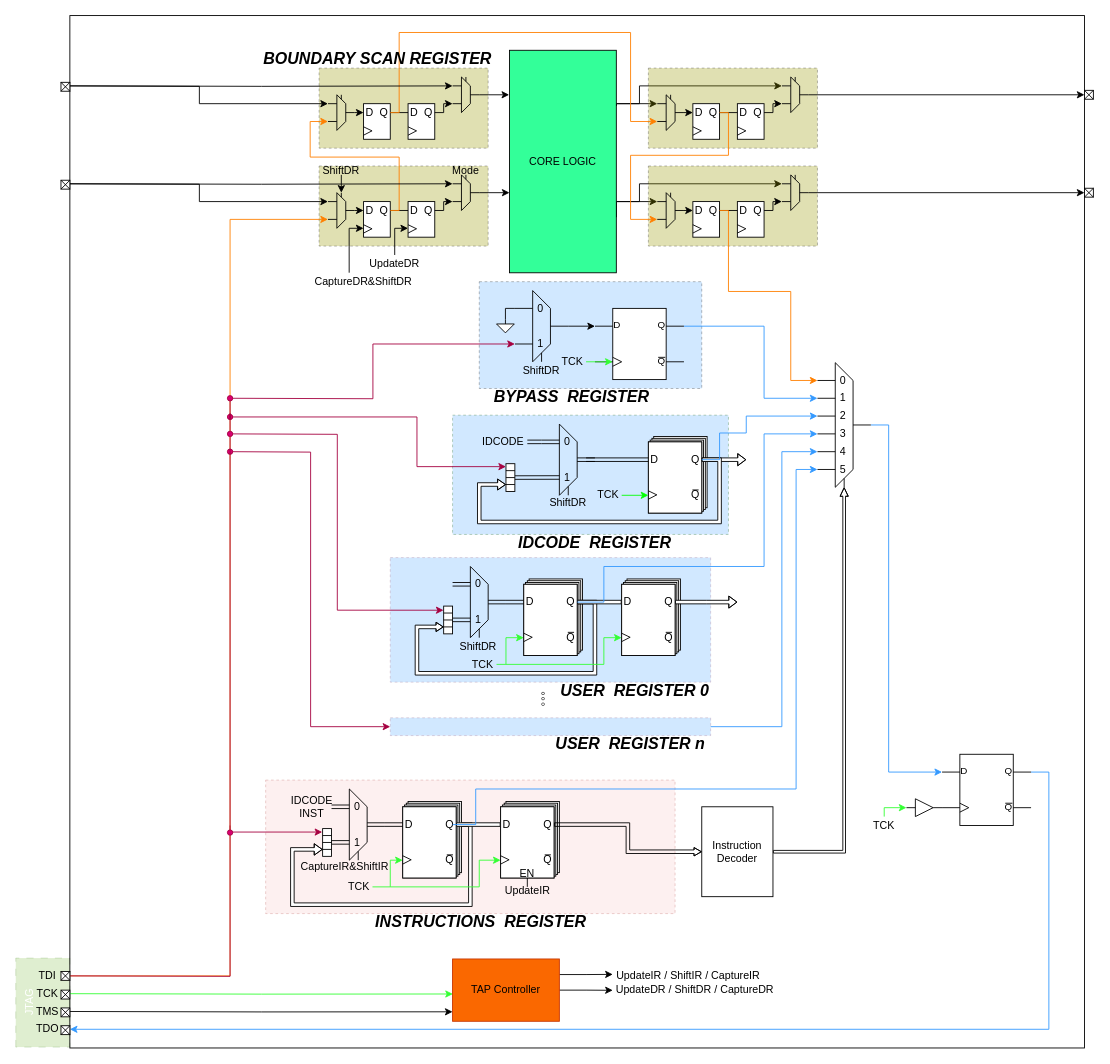
The draw.io diagram _posts/JTAG协议与硬件实现/JTAG.drawio in Verdvana/Verdvana.github.io, before the edit. Source tidied: cells renumbered, new cells numbered last; positions are measured from the earlier drawing's top-left corner, leaving out a move shared by most shapes. Both pictures are drawn from the tidied source at 89%, with x=0, y=0 at pixel (-2, 15).
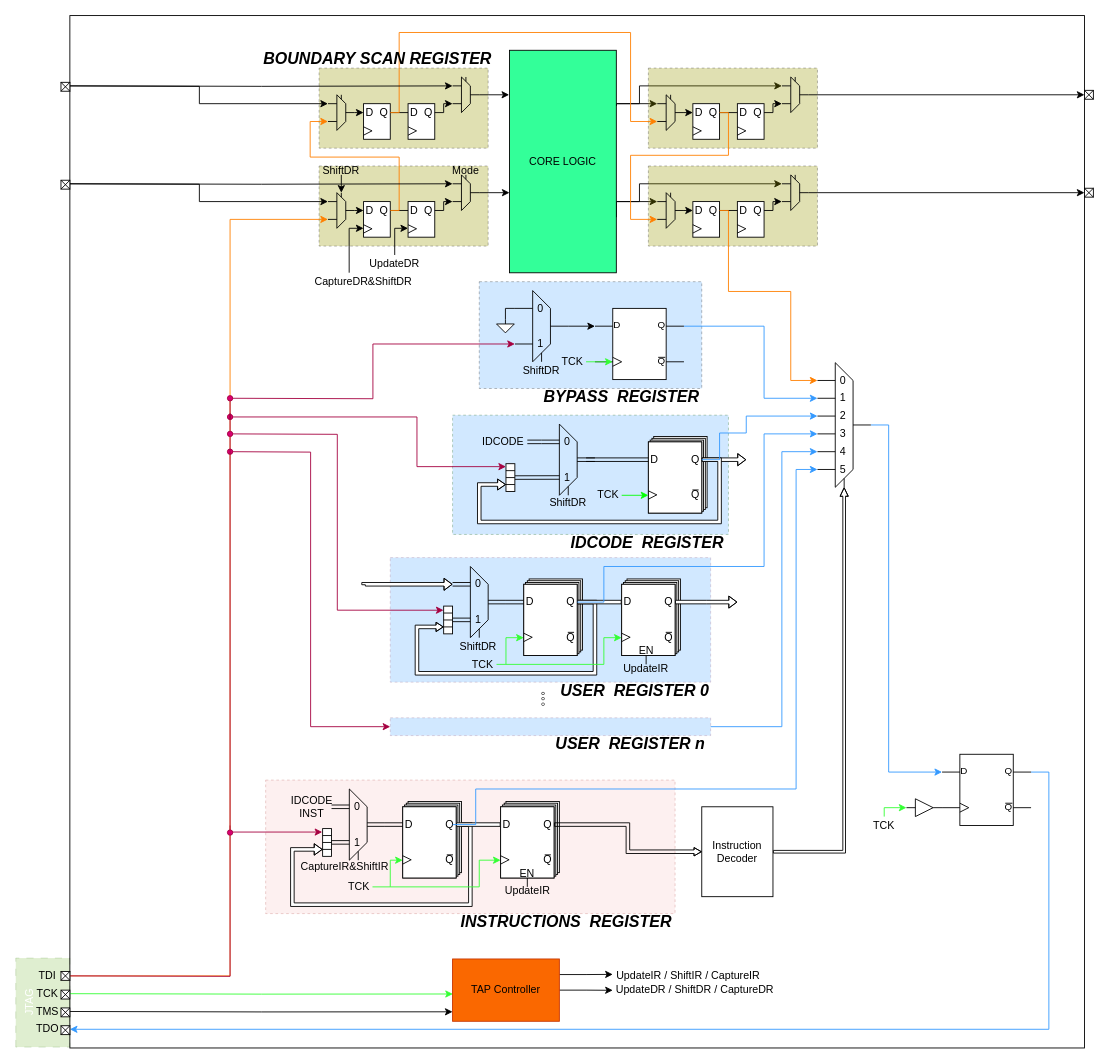
Above is the later version.

The change refers to these unchanged cells:
```xml
<mxCell id="113" style="group;" parent="1" vertex="1">
  <mxGeometry x="510" y="619" width="60" height="80" as="geometry" />
</mxCell>
```

The edit, as a diff of the source:
```diff
@@
     <mxCell id="339" value="&lt;i&gt;&lt;font style=&quot;font-size: 18px;&quot;&gt;&lt;b&gt;INSTRUCTIONS&amp;nbsp; REGISTER&lt;/b&gt;&lt;/font&gt;&lt;/i&gt;" style="text;strokeColor=none;align=center;fillColor=none;html=1;verticalAlign=middle;whiteSpace=wrap;rounded=0;" parent="1" vertex="1">
-      <mxGeometry x="420" y="1009" width="244" height="20" as="geometry" />
+      <mxGeometry x="516" y="1009" width="244" height="20" as="geometry" />
     </mxCell>
@@
     <mxCell id="342" value="&lt;i&gt;&lt;font style=&quot;font-size: 18px;&quot;&gt;&lt;b&gt;IDCODE&amp;nbsp; REGISTER&lt;/b&gt;&lt;/font&gt;&lt;/i&gt;" style="text;strokeColor=none;align=center;fillColor=none;html=1;verticalAlign=middle;whiteSpace=wrap;rounded=0;" parent="1" vertex="1">
-      <mxGeometry x="580" y="583" width="180" height="20" as="geometry" />
+      <mxGeometry x="639.4" y="583" width="180" height="20" as="geometry" />
     </mxCell>
     <mxCell id="343" value="&lt;i&gt;&lt;font style=&quot;font-size: 18px;&quot;&gt;&lt;b&gt;BYPASS&amp;nbsp; REGISTER&lt;/b&gt;&lt;/font&gt;&lt;/i&gt;" style="text;strokeColor=none;align=center;fillColor=none;html=1;verticalAlign=middle;whiteSpace=wrap;rounded=0;" parent="1" vertex="1">
-      <mxGeometry x="554" y="419" width="180" height="20" as="geometry" />
+      <mxGeometry x="610" y="419" width="180" height="20" as="geometry" />
     </mxCell>
@@
+    <mxCell id="424" value="EN" style="text;strokeColor=none;align=center;fillColor=none;html=1;verticalAlign=middle;whiteSpace=wrap;rounded=0;" parent="1" vertex="1">
+      <mxGeometry x="717.5" y="709" width="20" height="10" as="geometry" />
+    </mxCell>
+    <mxCell id="425" style="edgeStyle=orthogonalEdgeStyle;rounded=0;jettySize=auto;html=1;exitX=0.5;exitY=0;exitDx=0;exitDy=0;entryX=0.5;entryY=1;entryDx=0;entryDy=0;endArrow=none;endFill=0;" parent="1" edge="1" source="426" target="424">
+      <mxGeometry relative="1" as="geometry" />
+    </mxCell>
+    <mxCell id="426" value="UpdateIR" style="text;strokeColor=none;align=center;fillColor=none;html=1;verticalAlign=middle;whiteSpace=wrap;rounded=0;" parent="1" vertex="1">
+      <mxGeometry x="700" y="729" width="55" height="10" as="geometry" />
+    </mxCell>
+    <mxCell id="427" style="edgeStyle=orthogonalEdgeStyle;rounded=0;jettySize=auto;html=1;exitX=1;exitY=0.5;exitDx=0;exitDy=0;shape=flexArrow;endArrow=block;endFill=0;width=4;fillColor=default;endWidth=8.524590163934427;endSize=2.695081967213115;entryX=0;entryY=0.25;entryDx=0;entryDy=0;" parent="1" edge="1" target="113">
+      <mxGeometry relative="1" as="geometry">
+        <mxPoint x="410" y="640" as="sourcePoint" />
+        <Array as="points">
+          <mxPoint x="410" y="639" />
+        </Array>
+      </mxGeometry>
+    </mxCell>
```
